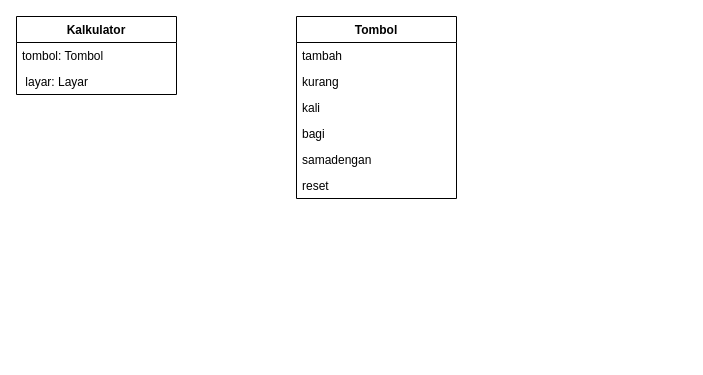
The draw.io diagram page "Page-3" (3 of 3) of TUGAS_5_RPL.drawio in ignatiusbarry69/draw.io, before the edit. Source tidied: cells renumbered, new cells numbered last; positions are measured from the earlier drawing's top-left corner, leaving out a move shared by most shapes. Both pictures are drawn from the tidied source at 100%, with x=0, y=0 at pixel (16, 16).
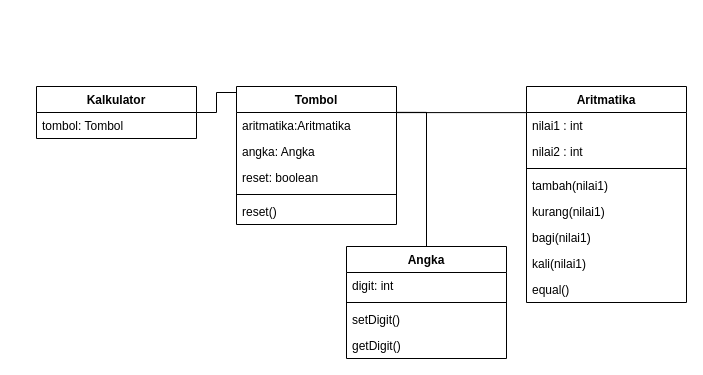
Above is the later version.

Change to the diagram source:
```diff
@@
-    <mxCell id="2" value="Tombol" style="swimlane;fontStyle=1;align=center;verticalAlign=top;horizontal=1;startSize=26;" parent="1" vertex="1">
-      <mxGeometry x="280" width="160" height="182" as="geometry" />
-    </mxCell>
-    <mxCell id="3" value="tambah" style="text;strokeColor=none;fillColor=none;align=left;verticalAlign=top;spacingLeft=4;spacingRight=4;overflow=hidden;" parent="2" vertex="1">
-      <mxGeometry y="26" width="160" height="26" as="geometry" />
-    </mxCell>
-    <mxCell id="4" value="kurang" style="text;strokeColor=none;fillColor=none;align=left;verticalAlign=top;spacingLeft=4;spacingRight=4;overflow=hidden;" parent="2" vertex="1">
-      <mxGeometry y="52" width="160" height="26" as="geometry" />
-    </mxCell>
-    <mxCell id="5" value="kali" style="text;strokeColor=none;fillColor=none;align=left;verticalAlign=top;spacingLeft=4;spacingRight=4;overflow=hidden;" parent="2" vertex="1">
-      <mxGeometry y="78" width="160" height="26" as="geometry" />
-    </mxCell>
-    <mxCell id="6" value="bagi" style="text;strokeColor=none;fillColor=none;align=left;verticalAlign=top;spacingLeft=4;spacingRight=4;overflow=hidden;" parent="2" vertex="1">
-      <mxGeometry y="104" width="160" height="26" as="geometry" />
-    </mxCell>
-    <mxCell id="7" value="samadengan" style="text;strokeColor=none;fillColor=none;align=left;verticalAlign=top;spacingLeft=4;spacingRight=4;overflow=hidden;" parent="2" vertex="1">
-      <mxGeometry y="130" width="160" height="26" as="geometry" />
-    </mxCell>
-    <mxCell id="8" value="reset" style="text;strokeColor=none;fillColor=none;align=left;verticalAlign=top;spacingLeft=4;spacingRight=4;overflow=hidden;" parent="2" vertex="1">
-      <mxGeometry y="156" width="160" height="26" as="geometry" />
-    </mxCell>
+    <mxCell id="12" style="edgeStyle=orthogonalEdgeStyle;rounded=0;jettySize=auto;html=1;entryX=0;entryY=-0.026;entryDx=0;entryDy=0;entryPerimeter=0;endArrow=none;endFill=0;" parent="1" edge="1" source="9" target="23">
+      <mxGeometry relative="1" as="geometry" />
+    </mxCell>
     <mxCell id="9" value="Kalkulator" style="swimlane;fontStyle=1;align=center;verticalAlign=top;horizontal=1;startSize=26;" parent="1" vertex="1">
-      <mxGeometry width="160" height="78" as="geometry" />
+      <mxGeometry x="20" y="70" width="160" height="52" as="geometry" />
     </mxCell>
@@
-    <mxCell id="11" value=" layar: Layar" style="text;strokeColor=none;fillColor=none;align=left;verticalAlign=top;spacingLeft=4;spacingRight=4;overflow=hidden;" parent="9" vertex="1">
-      <mxGeometry y="52" width="160" height="26" as="geometry" />
-    </mxCell>
+    <mxCell id="13" style="edgeStyle=orthogonalEdgeStyle;rounded=0;orthogonalLoop=1;jettySize=auto;html=1;endArrow=none;endFill=0;entryX=1.002;entryY=0.051;entryDx=0;entryDy=0;entryPerimeter=0;exitX=0.001;exitY=0.116;exitDx=0;exitDy=0;exitPerimeter=0;" parent="1" edge="1">
+      <mxGeometry relative="1" as="geometry">
+        <mxPoint x="510.2" y="96.1" as="sourcePoint" />
+        <mxPoint x="380" y="106.3" as="targetPoint" />
+        <Array as="points">
+          <mxPoint x="510" y="97" />
+          <mxPoint x="380" y="97" />
+        </Array>
+      </mxGeometry>
+    </mxCell>
+    <mxCell id="14" value="Aritmatika" style="swimlane;fontStyle=1;align=center;verticalAlign=top;horizontal=1;startSize=26;" parent="1" vertex="1">
+      <mxGeometry x="510" y="70" width="160" height="216" as="geometry" />
+    </mxCell>
+    <mxCell id="15" value="nilai1 : int" style="text;strokeColor=none;fillColor=none;align=left;verticalAlign=top;spacingLeft=4;spacingRight=4;overflow=hidden;" parent="14" vertex="1">
+      <mxGeometry y="26" width="160" height="26" as="geometry" />
+    </mxCell>
+    <mxCell id="16" value="nilai2 : int" style="text;strokeColor=none;fillColor=none;align=left;verticalAlign=top;spacingLeft=4;spacingRight=4;overflow=hidden;" parent="14" vertex="1">
+      <mxGeometry y="52" width="160" height="26" as="geometry" />
+    </mxCell>
+    <mxCell id="17" style="line;strokeWidth=1;fillColor=none;align=left;verticalAlign=middle;spacingTop=-1;spacingLeft=3;spacingRight=3;labelPosition=right;" parent="14" vertex="1">
+      <mxGeometry y="78" width="160" height="8" as="geometry" />
+    </mxCell>
+    <mxCell id="18" value="tambah(nilai1)" style="text;strokeColor=none;fillColor=none;align=left;verticalAlign=top;spacingLeft=4;spacingRight=4;overflow=hidden;" parent="14" vertex="1">
+      <mxGeometry y="86" width="160" height="26" as="geometry" />
+    </mxCell>
+    <mxCell id="19" value="kurang(nilai1)" style="text;strokeColor=none;fillColor=none;align=left;verticalAlign=top;spacingLeft=4;spacingRight=4;overflow=hidden;" parent="14" vertex="1">
+      <mxGeometry y="112" width="160" height="26" as="geometry" />
+    </mxCell>
+    <mxCell id="20" value="bagi(nilai1)" style="text;strokeColor=none;fillColor=none;align=left;verticalAlign=top;spacingLeft=4;spacingRight=4;overflow=hidden;" parent="14" vertex="1">
+      <mxGeometry y="138" width="160" height="26" as="geometry" />
+    </mxCell>
+    <mxCell id="21" value="kali(nilai1)" style="text;strokeColor=none;fillColor=none;align=left;verticalAlign=top;spacingLeft=4;spacingRight=4;overflow=hidden;" parent="14" vertex="1">
+      <mxGeometry y="164" width="160" height="26" as="geometry" />
+    </mxCell>
+    <mxCell id="22" value="equal()" style="text;strokeColor=none;fillColor=none;align=left;verticalAlign=top;spacingLeft=4;spacingRight=4;overflow=hidden;" parent="14" vertex="1">
+      <mxGeometry y="190" width="160" height="26" as="geometry" />
+    </mxCell>
+    <mxCell id="2" value="Tombol" style="swimlane;fontStyle=1;align=center;verticalAlign=top;horizontal=1;startSize=26;" parent="1" vertex="1">
+      <mxGeometry x="220" y="70" width="160" height="138" as="geometry" />
+    </mxCell>
+    <mxCell id="23" value="aritmatika:Aritmatika" style="text;strokeColor=none;fillColor=none;align=left;verticalAlign=top;spacingLeft=4;spacingRight=4;overflow=hidden;points=[[0,0.5],[1,0.5]];portConstraint=eastwest;" parent="2" vertex="1">
+      <mxGeometry y="26" width="160" height="26" as="geometry" />
+    </mxCell>
+    <mxCell id="24" value="angka: Angka" style="text;strokeColor=none;fillColor=none;align=left;verticalAlign=top;spacingLeft=4;spacingRight=4;overflow=hidden;" parent="2" vertex="1">
+      <mxGeometry y="52" width="160" height="26" as="geometry" />
+    </mxCell>
+    <mxCell id="25" value="reset: boolean" style="text;strokeColor=none;fillColor=none;align=left;verticalAlign=top;spacingLeft=4;spacingRight=4;overflow=hidden;" parent="2" vertex="1">
+      <mxGeometry y="78" width="160" height="26" as="geometry" />
+    </mxCell>
+    <mxCell id="26" style="line;strokeWidth=1;fillColor=none;align=left;verticalAlign=middle;spacingTop=-1;spacingLeft=3;spacingRight=3;labelPosition=right;" parent="2" vertex="1">
+      <mxGeometry y="104" width="160" height="8" as="geometry" />
+    </mxCell>
+    <mxCell id="8" value="reset()" style="text;strokeColor=none;fillColor=none;align=left;verticalAlign=top;spacingLeft=4;spacingRight=4;overflow=hidden;" parent="2" vertex="1">
+      <mxGeometry y="112" width="160" height="26" as="geometry" />
+    </mxCell>
+    <mxCell id="27" style="edgeStyle=orthogonalEdgeStyle;rounded=0;jettySize=auto;html=1;entryX=0.997;entryY=-0.005;entryDx=0;entryDy=0;entryPerimeter=0;endArrow=none;endFill=0;exitX=0.5;exitY=0;exitDx=0;exitDy=0;" parent="1" edge="1" source="28" target="23">
+      <mxGeometry relative="1" as="geometry">
+        <Array as="points">
+          <mxPoint x="410" y="96" />
+        </Array>
+      </mxGeometry>
+    </mxCell>
+    <mxCell id="28" value="Angka" style="swimlane;fontStyle=1;align=center;verticalAlign=top;horizontal=1;startSize=26;" parent="1" vertex="1">
+      <mxGeometry x="330" y="230" width="160" height="112" as="geometry" />
+    </mxCell>
+    <mxCell id="29" value="digit: int" style="text;strokeColor=none;fillColor=none;align=left;verticalAlign=top;spacingLeft=4;spacingRight=4;overflow=hidden;" parent="28" vertex="1">
+      <mxGeometry y="26" width="160" height="26" as="geometry" />
+    </mxCell>
+    <mxCell id="30" style="line;strokeWidth=1;fillColor=none;align=left;verticalAlign=middle;spacingTop=-1;spacingLeft=3;spacingRight=3;labelPosition=right;" parent="28" vertex="1">
+      <mxGeometry y="52" width="160" height="8" as="geometry" />
+    </mxCell>
+    <mxCell id="31" value="setDigit()" style="text;strokeColor=none;fillColor=none;align=left;verticalAlign=top;spacingLeft=4;spacingRight=4;overflow=hidden;" parent="28" vertex="1">
+      <mxGeometry y="60" width="160" height="26" as="geometry" />
+    </mxCell>
+    <mxCell id="32" value="getDigit()" style="text;strokeColor=none;fillColor=none;align=left;verticalAlign=top;spacingLeft=4;spacingRight=4;overflow=hidden;" parent="28" vertex="1">
+      <mxGeometry y="86" width="160" height="26" as="geometry" />
+    </mxCell>
```
